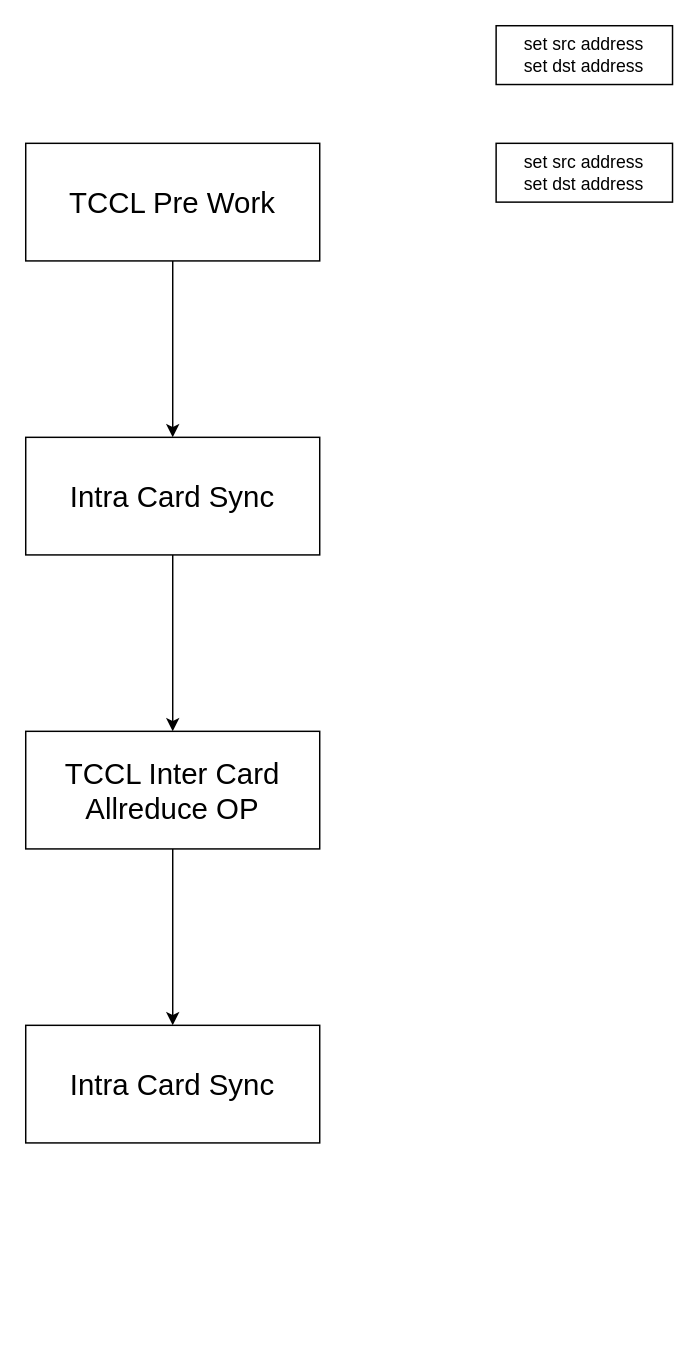
Earlier version of the draw.io diagram TCCL/TCCL_SYNC/TCCLAX_allreduce.drawio (BEYHHH/SBLP). Source tidied: cells renumbered, new cells numbered last; positions are measured from the earlier drawing's top-left corner, leaving out a move shared by most shapes. Both pictures are drawn from the tidied source at 147%, with x=0, y=0 at pixel (25, 25).
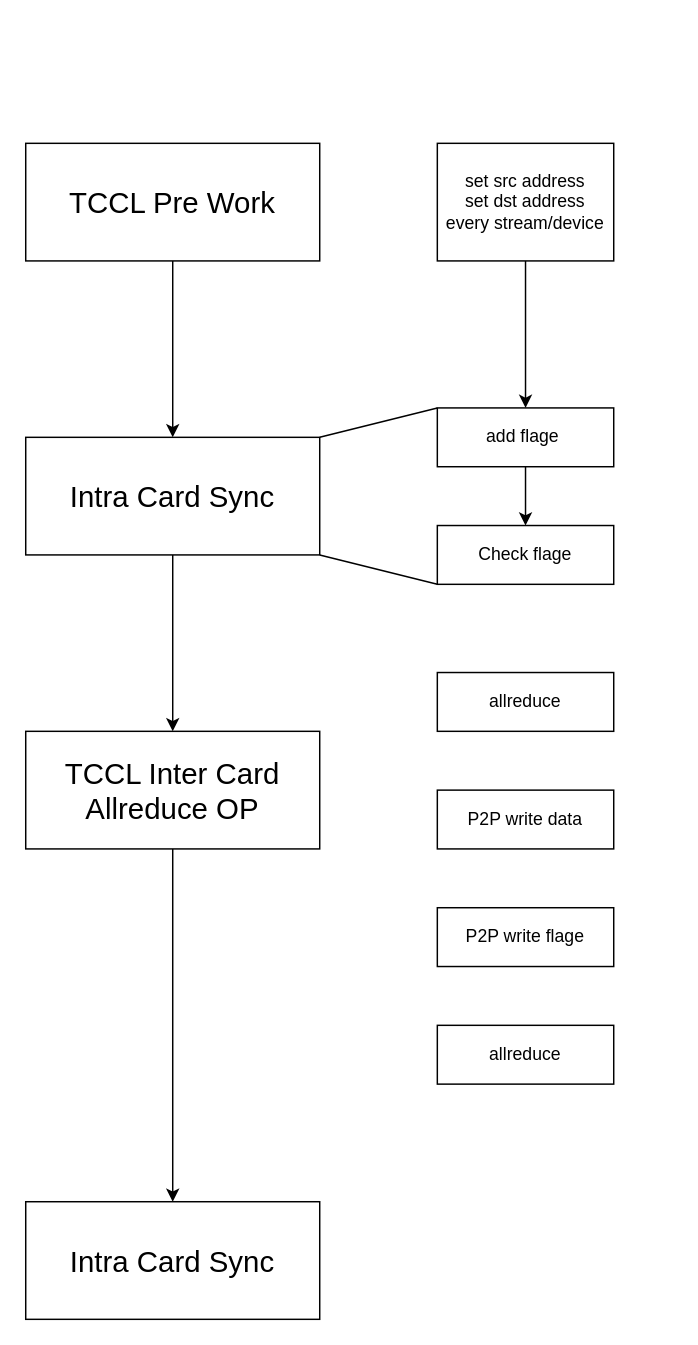
After the change.

The edit, as a diff of the source:
```diff
@@
 <mxGraphModel>
   <root>
     <mxCell id="0" />
     <mxCell id="1" parent="0" />
     <mxCell id="2" style="edgeStyle=orthogonalEdgeStyle;rounded=0;jettySize=auto;html=1;" parent="1" edge="1" source="3" target="5">
       <mxGeometry relative="1" as="geometry" />
     </mxCell>
     <mxCell id="3" value="&lt;font style=&quot;font-size: 20px;&quot;&gt;Intra Card Sync&lt;/font&gt;" style="rounded=0;whiteSpace=wrap;html=1;" parent="1" vertex="1">
       <mxGeometry y="280" width="200" height="80" as="geometry" />
     </mxCell>
     <mxCell id="4" style="edgeStyle=orthogonalEdgeStyle;rounded=0;jettySize=auto;html=1;" parent="1" edge="1" source="5" target="6">
       <mxGeometry relative="1" as="geometry" />
     </mxCell>
     <mxCell id="5" value="&lt;font style=&quot;font-size: 20px;&quot;&gt;TCCL Inter Card Allreduce OP&lt;br&gt;&lt;/font&gt;" style="rounded=0;whiteSpace=wrap;html=1;" parent="1" vertex="1">
       <mxGeometry y="480" width="200" height="80" as="geometry" />
     </mxCell>
     <mxCell id="6" value="&lt;font style=&quot;font-size: 20px;&quot;&gt;Intra Card Sync&lt;br&gt;&lt;/font&gt;" style="rounded=0;whiteSpace=wrap;html=1;" parent="1" vertex="1">
-      <mxGeometry y="680" width="200" height="80" as="geometry" />
+      <mxGeometry y="800" width="200" height="80" as="geometry" />
     </mxCell>
     <mxCell id="7" style="edgeStyle=orthogonalEdgeStyle;rounded=0;jettySize=auto;html=1;" parent="1" edge="1" source="8" target="3">
       <mxGeometry relative="1" as="geometry" />
     </mxCell>
     <mxCell id="8" value="&lt;font style=&quot;font-size: 20px;&quot;&gt;TCCL Pre Work&lt;/font&gt;" style="rounded=0;whiteSpace=wrap;html=1;" parent="1" vertex="1">
       <mxGeometry y="80" width="200" height="80" as="geometry" />
     </mxCell>
+    <mxCell id="11" style="edgeStyle=orthogonalEdgeStyle;rounded=0;jettySize=auto;html=1;" parent="1" edge="1" source="9" target="13">
+      <mxGeometry relative="1" as="geometry" />
+    </mxCell>
-    <mxCell id="9" value="set src address&lt;br&gt;set dst address" style="rounded=0;whiteSpace=wrap;html=1;" parent="1" vertex="1">
-      <mxGeometry x="320" width="120" height="40" as="geometry" />
+    <mxCell id="9" value="set src address&lt;br&gt;set dst address&lt;br&gt;every stream/device" style="rounded=0;whiteSpace=wrap;html=1;" parent="1" vertex="1">
+      <mxGeometry x="280" y="80" width="120" height="80" as="geometry" />
     </mxCell>
-    <mxCell id="10" value="set src address&lt;br&gt;set dst address" style="rounded=0;whiteSpace=wrap;html=1;" parent="1" vertex="1">
-      <mxGeometry x="320" y="80" width="120" height="40" as="geometry" />
-    </mxCell>
+    <mxCell id="12" style="edgeStyle=orthogonalEdgeStyle;rounded=0;jettySize=auto;html=1;" parent="1" edge="1" source="13" target="14">
+      <mxGeometry relative="1" as="geometry" />
+    </mxCell>
+    <mxCell id="13" value="add flage&amp;nbsp;" style="rounded=0;whiteSpace=wrap;html=1;" parent="1" vertex="1">
+      <mxGeometry x="280" y="260" width="120" height="40" as="geometry" />
+    </mxCell>
+    <mxCell id="14" value="Check flage" style="rounded=0;whiteSpace=wrap;html=1;" parent="1" vertex="1">
+      <mxGeometry x="280" y="340" width="120" height="40" as="geometry" />
+    </mxCell>
+    <mxCell id="15" style="endArrow=none;html=1;rounded=0;entryX=0;entryY=0;entryDx=0;entryDy=0;exitX=1;exitY=0;exitDx=0;exitDy=0;" parent="1" edge="1" source="3" target="13">
+      <mxGeometry relative="1" as="geometry" />
+    </mxCell>
+    <mxCell id="16" style="endArrow=none;html=1;rounded=0;entryX=0;entryY=1;entryDx=0;entryDy=0;exitX=1;exitY=1;exitDx=0;exitDy=0;" parent="1" edge="1" source="3" target="14">
+      <mxGeometry relative="1" as="geometry" />
+    </mxCell>
+    <mxCell id="17" value="allreduce" style="rounded=0;whiteSpace=wrap;html=1;" parent="1" vertex="1">
+      <mxGeometry x="280" y="440" width="120" height="40" as="geometry" />
+    </mxCell>
+    <mxCell id="18" value="P2P write data" style="rounded=0;whiteSpace=wrap;html=1;" parent="1" vertex="1">
+      <mxGeometry x="280" y="520" width="120" height="40" as="geometry" />
+    </mxCell>
+    <mxCell id="19" value="P2P write flage" style="rounded=0;whiteSpace=wrap;html=1;" parent="1" vertex="1">
+      <mxGeometry x="280" y="600" width="120" height="40" as="geometry" />
+    </mxCell>
+    <mxCell id="20" value="allreduce" style="rounded=0;whiteSpace=wrap;html=1;" parent="1" vertex="1">
+      <mxGeometry x="280" y="680" width="120" height="40" as="geometry" />
+    </mxCell>
   </root>
 </mxGraphModel>
```
